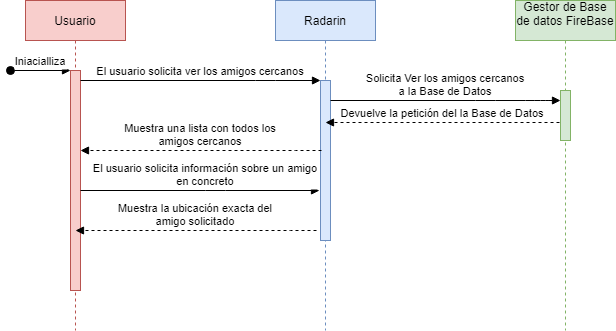
Earlier version of the draw.io export webapp/docs/images/verAmigos.png (Arquisoft/radarin_es2a). Source tidied: cells renumbered, new cells last; positions are measured from the earlier drawing's top-left corner, leaving out a move shared by most shapes.
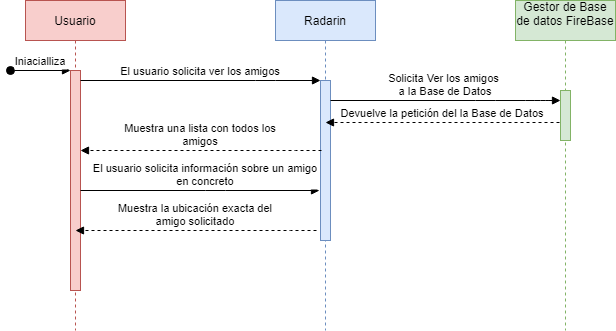
Above is the later version.

Commit message:
Cambio de listar amigos

What changed in the source:
```diff
@@ -19,7 +19,7 @@
     <mxCell id="6" style="points=[];perimeter=orthogonalPerimeter;rounded=0;shadow=0;strokeWidth=1;fillColor=#dae8fc;strokeColor=#6c8ebf;" parent="5" vertex="1">
       <mxGeometry x="45" y="80" width="10" height="160" as="geometry" />
     </mxCell>
-    <mxCell id="7" value="El usuario solicita ver los amigos cercanos" style="verticalAlign=bottom;endArrow=block;entryX=0;entryY=0;shadow=0;strokeWidth=1;" parent="1" edge="1" source="3" target="6">
+    <mxCell id="7" value="El usuario solicita ver los amigos" style="verticalAlign=bottom;endArrow=block;entryX=0;entryY=0;shadow=0;strokeWidth=1;" parent="1" edge="1" source="3" target="6">
       <mxGeometry relative="1" as="geometry">
         <Array as="points">
           <mxPoint x="255" y="80" />
@@ -32,7 +32,7 @@
     <mxCell id="9" style="points=[];perimeter=orthogonalPerimeter;rounded=0;shadow=0;strokeWidth=1;fillColor=#d5e8d4;strokeColor=#82b366;" parent="8" vertex="1">
       <mxGeometry x="45" y="90" width="10" height="50" as="geometry" />
     </mxCell>
-    <mxCell id="10" value="Solicita Ver los amigos cercanos&#10;a la Base de Datos" style="verticalAlign=bottom;endArrow=block;shadow=0;strokeWidth=1;" parent="1" edge="1" source="6" target="9">
+    <mxCell id="10" value="Solicita Ver los amigos &#10;a la Base de Datos" style="verticalAlign=bottom;endArrow=block;shadow=0;strokeWidth=1;" parent="1" edge="1" source="6" target="9">
       <mxGeometry relative="1" as="geometry">
         <Array as="points">
           <mxPoint x="475" y="100" />
@@ -46,7 +46,7 @@
         <mxPoint x="315" y="122" as="targetPoint" />
       </mxGeometry>
     </mxCell>
-    <mxCell id="12" value="Muestra una lista con todos los &#10;amigos cercanos" style="verticalAlign=bottom;endArrow=block;shadow=0;strokeWidth=1;dashed=1;" parent="1" edge="1" target="3">
+    <mxCell id="12" value="Muestra una lista con todos los &#10;amigos" style="verticalAlign=bottom;endArrow=block;shadow=0;strokeWidth=1;dashed=1;" parent="1" edge="1" target="3">
       <mxGeometry relative="1" as="geometry">
         <mxPoint x="311" y="150" as="sourcePoint" />
         <Array as="points">
```
